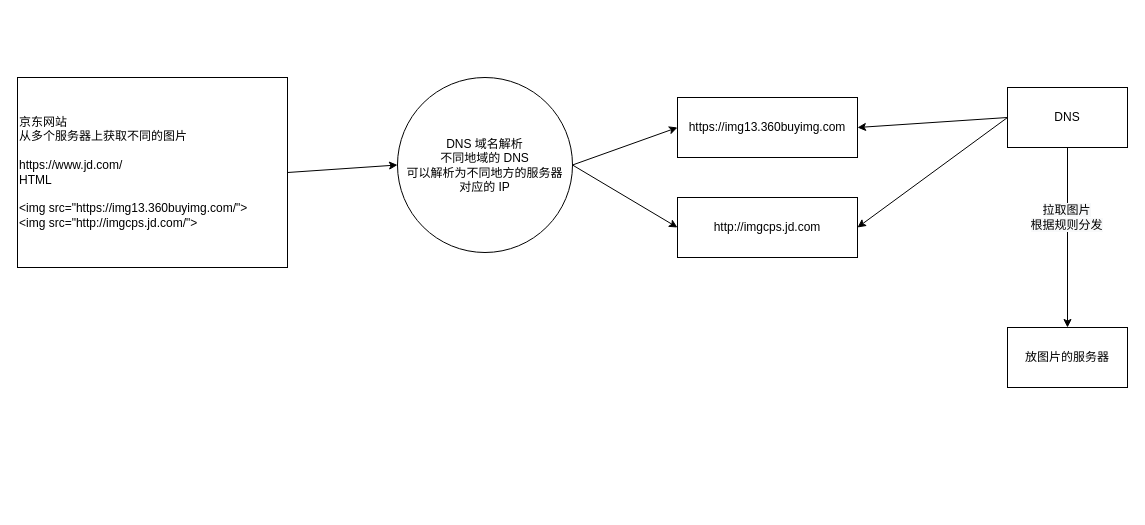
Earlier version of the draw.io diagram CDN.drawio (cainiao0131/diagram). Source tidied: cells renumbered, new cells numbered last; positions are measured from the earlier drawing's top-left corner, leaving out a move shared by most shapes. Both pictures are drawn from the tidied source at 100%, with x=0, y=0 at pixel (17, 77).
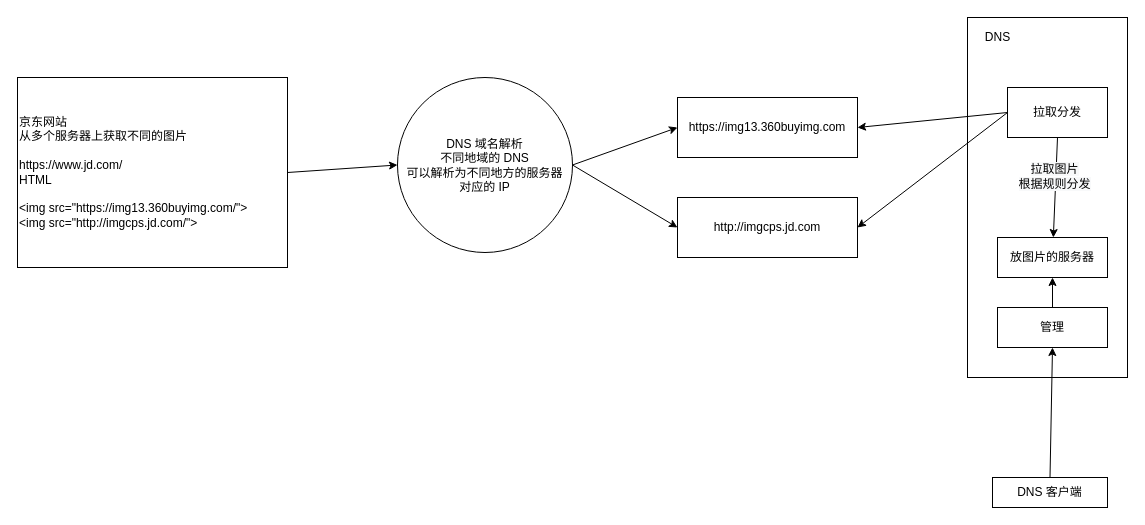
The same diagram, later.

What changed in the source:
```diff
@@
+    <mxCell id="15" style="rounded=0;whiteSpace=wrap;html=1;align=left;" parent="1" vertex="1">
+      <mxGeometry x="950" y="-60" width="160" height="360" as="geometry" />
+    </mxCell>
@@
     <mxCell id="6" value="放图片的服务器" style="rounded=0;whiteSpace=wrap;html=1;" parent="1" vertex="1">
-      <mxGeometry x="990" y="250" width="120" height="60" as="geometry" />
+      <mxGeometry x="980" y="160" width="110" height="40" as="geometry" />
     </mxCell>
-    <mxCell id="7" style="edgeStyle=orthogonalEdgeStyle;rounded=0;jettySize=auto;html=1;exitX=0.5;exitY=1;exitDx=0;exitDy=0;" parent="1" edge="1" source="11" target="6">
+    <mxCell id="7" style="rounded=0;jettySize=auto;html=1;exitX=0.5;exitY=1;exitDx=0;exitDy=0;" parent="1" edge="1" source="11" target="6">
       <mxGeometry relative="1" as="geometry" />
     </mxCell>
@@
-    <mxCell id="11" value="DNS" style="rounded=0;whiteSpace=wrap;html=1;" parent="1" vertex="1">
-      <mxGeometry x="990" y="10" width="120" height="60" as="geometry" />
+    <mxCell id="11" value="拉取分发" style="rounded=0;whiteSpace=wrap;html=1;" parent="1" vertex="1">
+      <mxGeometry x="990" y="10" width="100" height="50" as="geometry" />
     </mxCell>
@@
+    <mxCell id="16" value="DNS" style="text;html=1;align=center;verticalAlign=middle;" parent="1" vertex="1">
+      <mxGeometry x="960" y="-50" width="40" height="20" as="geometry" />
+    </mxCell>
+    <mxCell id="17" style="edgeStyle=none;rounded=0;jettySize=auto;html=1;exitX=0.5;exitY=0;exitDx=0;exitDy=0;entryX=0.5;entryY=1;entryDx=0;entryDy=0;" parent="1" edge="1" source="18" target="6">
+      <mxGeometry relative="1" as="geometry" />
+    </mxCell>
+    <mxCell id="18" value="管理" style="rounded=0;whiteSpace=wrap;html=1;" parent="1" vertex="1">
+      <mxGeometry x="980" y="230" width="110" height="40" as="geometry" />
+    </mxCell>
+    <mxCell id="19" style="edgeStyle=none;rounded=0;jettySize=auto;html=1;exitX=0.5;exitY=0;exitDx=0;exitDy=0;entryX=0.5;entryY=1;entryDx=0;entryDy=0;" parent="1" edge="1" source="20" target="18">
+      <mxGeometry relative="1" as="geometry" />
+    </mxCell>
+    <mxCell id="20" value="DNS 客户端" style="rounded=0;whiteSpace=wrap;html=1;" parent="1" vertex="1">
+      <mxGeometry x="975" y="400" width="115" height="30" as="geometry" />
+    </mxCell>
```
